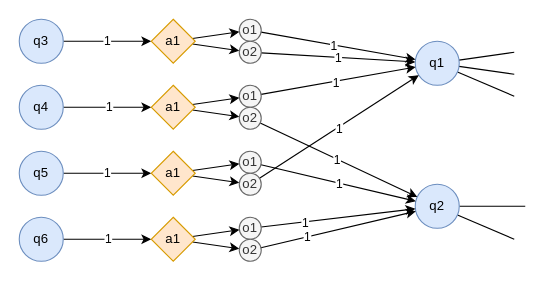
Before: page "exhaustive-backup" (1 of 6) of docs/finite-state-controller.drawio in jlandsmann/dec-pomdp-solver, a draw.io diagram. Source tidied: cells renumbered, new cells numbered last; positions are measured from the earlier drawing's top-left corner, leaving out a move shared by most shapes. Both pictures are drawn from the tidied source at 110%, with x=0, y=0 at pixel (19, 19).
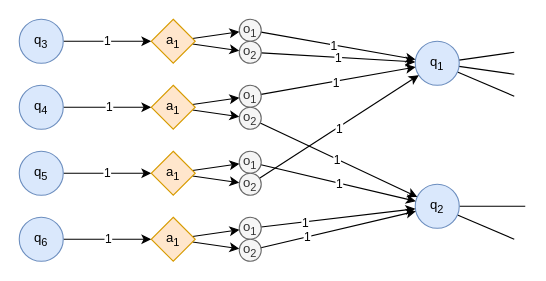
Above is the later version.

What changed in the source:
```diff
@@
-    <mxCell id="4" value="q3" style="ellipse;whiteSpace=wrap;html=1;fillColor=#dae8fc;strokeColor=#6c8ebf;" parent="1" vertex="1">
+    <mxCell id="4" value="q&lt;sub&gt;3&lt;/sub&gt;" style="ellipse;whiteSpace=wrap;html=1;fillColor=#dae8fc;strokeColor=#6c8ebf;" parent="1" vertex="1">
       <mxGeometry width="40" height="40" as="geometry" />
     </mxCell>
@@
-    <mxCell id="7" value="a1" style="rhombus;whiteSpace=wrap;html=1;fillColor=#ffe6cc;strokeColor=#d79b00;" parent="1" vertex="1">
+    <mxCell id="7" value="a&lt;sub&gt;1&lt;/sub&gt;" style="rhombus;whiteSpace=wrap;html=1;fillColor=#ffe6cc;strokeColor=#d79b00;" parent="1" vertex="1">
       <mxGeometry x="120" width="40" height="40" as="geometry" />
     </mxCell>
@@
-    <mxCell id="10" value="q4" style="ellipse;whiteSpace=wrap;html=1;fillColor=#dae8fc;strokeColor=#6c8ebf;" parent="1" vertex="1">
+    <mxCell id="10" value="q&lt;sub&gt;4&lt;/sub&gt;" style="ellipse;whiteSpace=wrap;html=1;fillColor=#dae8fc;strokeColor=#6c8ebf;" parent="1" vertex="1">
       <mxGeometry y="60" width="40" height="40" as="geometry" />
     </mxCell>
@@
-    <mxCell id="13" value="a1" style="rhombus;whiteSpace=wrap;html=1;fillColor=#ffe6cc;strokeColor=#d79b00;" parent="1" vertex="1">
+    <mxCell id="13" value="a&lt;sub&gt;1&lt;/sub&gt;" style="rhombus;whiteSpace=wrap;html=1;fillColor=#ffe6cc;strokeColor=#d79b00;" parent="1" vertex="1">
       <mxGeometry x="120" y="60" width="40" height="40" as="geometry" />
     </mxCell>
@@
-    <mxCell id="15" value="q5" style="ellipse;whiteSpace=wrap;html=1;fillColor=#dae8fc;strokeColor=#6c8ebf;" parent="1" vertex="1">
+    <mxCell id="15" value="q&lt;sub&gt;5&lt;/sub&gt;" style="ellipse;whiteSpace=wrap;html=1;fillColor=#dae8fc;strokeColor=#6c8ebf;" parent="1" vertex="1">
       <mxGeometry y="120" width="40" height="40" as="geometry" />
     </mxCell>
@@
-    <mxCell id="18" value="a1" style="rhombus;whiteSpace=wrap;html=1;fillColor=#ffe6cc;strokeColor=#d79b00;" parent="1" vertex="1">
+    <mxCell id="18" value="a&lt;sub&gt;1&lt;/sub&gt;" style="rhombus;whiteSpace=wrap;html=1;fillColor=#ffe6cc;strokeColor=#d79b00;" parent="1" vertex="1">
       <mxGeometry x="120" y="120" width="40" height="40" as="geometry" />
     </mxCell>
@@
-    <mxCell id="21" value="q6" style="ellipse;whiteSpace=wrap;html=1;fillColor=#dae8fc;strokeColor=#6c8ebf;" parent="1" vertex="1">
+    <mxCell id="21" value="q&lt;sub&gt;6&lt;/sub&gt;" style="ellipse;whiteSpace=wrap;html=1;fillColor=#dae8fc;strokeColor=#6c8ebf;" parent="1" vertex="1">
       <mxGeometry y="180" width="40" height="40" as="geometry" />
     </mxCell>
@@
-    <mxCell id="24" value="a1" style="rhombus;whiteSpace=wrap;html=1;fillColor=#ffe6cc;strokeColor=#d79b00;" parent="1" vertex="1">
+    <mxCell id="24" value="a&lt;sub&gt;1&lt;/sub&gt;" style="rhombus;whiteSpace=wrap;html=1;fillColor=#ffe6cc;strokeColor=#d79b00;" parent="1" vertex="1">
       <mxGeometry x="120" y="180" width="40" height="40" as="geometry" />
     </mxCell>
@@
-    <mxCell id="28" value="q1" style="ellipse;whiteSpace=wrap;html=1;fillColor=#dae8fc;strokeColor=#6c8ebf;" parent="1" vertex="1">
+    <mxCell id="28" value="q&lt;sub&gt;1&lt;/sub&gt;" style="ellipse;whiteSpace=wrap;html=1;fillColor=#dae8fc;strokeColor=#6c8ebf;" parent="1" vertex="1">
       <mxGeometry x="360" y="20" width="40" height="40" as="geometry" />
     </mxCell>
@@
-    <mxCell id="31" value="q2" style="ellipse;whiteSpace=wrap;html=1;fillColor=#dae8fc;strokeColor=#6c8ebf;" parent="1" vertex="1">
+    <mxCell id="31" value="q&lt;sub&gt;2&lt;/sub&gt;" style="ellipse;whiteSpace=wrap;html=1;fillColor=#dae8fc;strokeColor=#6c8ebf;" parent="1" vertex="1">
       <mxGeometry x="360" y="150" width="40" height="40" as="geometry" />
     </mxCell>
@@
-    <mxCell id="34" value="o1" style="ellipse;whiteSpace=wrap;html=1;fillColor=#f5f5f5;fontColor=#333333;strokeColor=#666666;" parent="1" vertex="1">
+    <mxCell id="34" value="o&lt;sub&gt;1&lt;/sub&gt;" style="ellipse;whiteSpace=wrap;html=1;fillColor=#f5f5f5;fontColor=#333333;strokeColor=#666666;" parent="1" vertex="1">
       <mxGeometry x="200" width="20" height="20" as="geometry" />
     </mxCell>
@@
-    <mxCell id="36" value="o2" style="ellipse;whiteSpace=wrap;html=1;fillColor=#f5f5f5;fontColor=#333333;strokeColor=#666666;" parent="1" vertex="1">
+    <mxCell id="36" value="o&lt;sub&gt;2&lt;/sub&gt;" style="ellipse;whiteSpace=wrap;html=1;fillColor=#f5f5f5;fontColor=#333333;strokeColor=#666666;" parent="1" vertex="1">
       <mxGeometry x="200" y="20" width="20" height="20" as="geometry" />
     </mxCell>
@@
-    <mxCell id="39" value="o1" style="ellipse;whiteSpace=wrap;html=1;fillColor=#f5f5f5;fontColor=#333333;strokeColor=#666666;" parent="1" vertex="1">
+    <mxCell id="39" value="o&lt;sub&gt;1&lt;/sub&gt;" style="ellipse;whiteSpace=wrap;html=1;fillColor=#f5f5f5;fontColor=#333333;strokeColor=#666666;" parent="1" vertex="1">
       <mxGeometry x="200" y="60" width="20" height="20" as="geometry" />
     </mxCell>
@@
-    <mxCell id="42" value="o2" style="ellipse;whiteSpace=wrap;html=1;fillColor=#f5f5f5;fontColor=#333333;strokeColor=#666666;" parent="1" vertex="1">
+    <mxCell id="42" value="o&lt;sub&gt;2&lt;/sub&gt;" style="ellipse;whiteSpace=wrap;html=1;fillColor=#f5f5f5;fontColor=#333333;strokeColor=#666666;" parent="1" vertex="1">
       <mxGeometry x="200" y="80" width="20" height="20" as="geometry" />
     </mxCell>
@@
-    <mxCell id="45" value="o1" style="ellipse;whiteSpace=wrap;html=1;fillColor=#f5f5f5;fontColor=#333333;strokeColor=#666666;" parent="1" vertex="1">
+    <mxCell id="45" value="o&lt;sub&gt;1&lt;/sub&gt;" style="ellipse;whiteSpace=wrap;html=1;fillColor=#f5f5f5;fontColor=#333333;strokeColor=#666666;" parent="1" vertex="1">
       <mxGeometry x="200" y="120" width="20" height="20" as="geometry" />
     </mxCell>
@@
-    <mxCell id="48" value="o2" style="ellipse;whiteSpace=wrap;html=1;fillColor=#f5f5f5;fontColor=#333333;strokeColor=#666666;" parent="1" vertex="1">
+    <mxCell id="48" value="o&lt;sub&gt;2&lt;/sub&gt;" style="ellipse;whiteSpace=wrap;html=1;fillColor=#f5f5f5;fontColor=#333333;strokeColor=#666666;" parent="1" vertex="1">
       <mxGeometry x="200" y="140" width="20" height="20" as="geometry" />
     </mxCell>
@@
-    <mxCell id="51" value="o1" style="ellipse;whiteSpace=wrap;html=1;fillColor=#f5f5f5;fontColor=#333333;strokeColor=#666666;" parent="1" vertex="1">
+    <mxCell id="51" value="o&lt;sub&gt;1&lt;/sub&gt;" style="ellipse;whiteSpace=wrap;html=1;fillColor=#f5f5f5;fontColor=#333333;strokeColor=#666666;" parent="1" vertex="1">
       <mxGeometry x="200" y="180" width="20" height="20" as="geometry" />
     </mxCell>
@@
-    <mxCell id="54" value="o2" style="ellipse;whiteSpace=wrap;html=1;fillColor=#f5f5f5;fontColor=#333333;strokeColor=#666666;" parent="1" vertex="1">
+    <mxCell id="54" value="o&lt;sub&gt;2&lt;/sub&gt;" style="ellipse;whiteSpace=wrap;html=1;fillColor=#f5f5f5;fontColor=#333333;strokeColor=#666666;" parent="1" vertex="1">
       <mxGeometry x="200" y="200" width="20" height="20" as="geometry" />
     </mxCell>
```
